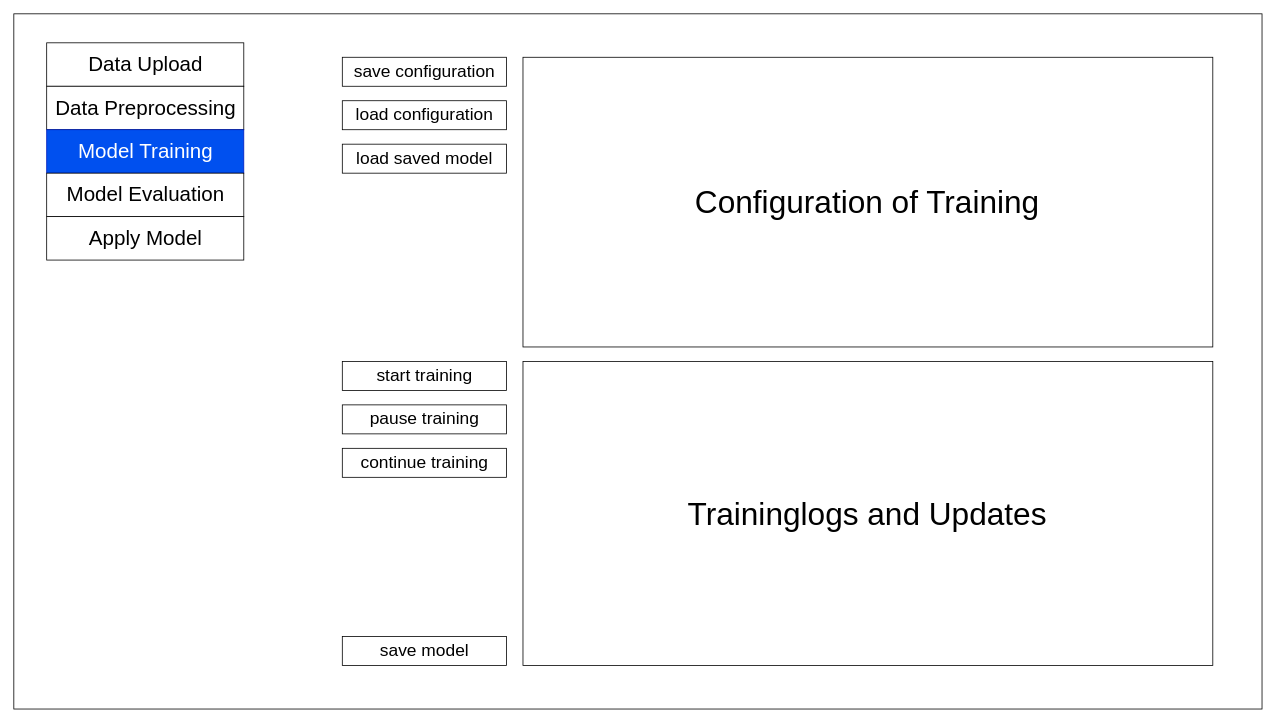
The draw.io diagram page "Model Training" (3 of 5) of Wireframe_WE.drawio in Peetee06/tnyML, before the edit. Source tidied: cells renumbered, new cells numbered last; positions are measured from the earlier drawing's top-left corner, leaving out a move shared by most shapes. Both pictures are drawn from the tidied source at 79%, with x=0, y=0 at pixel (13, 13).
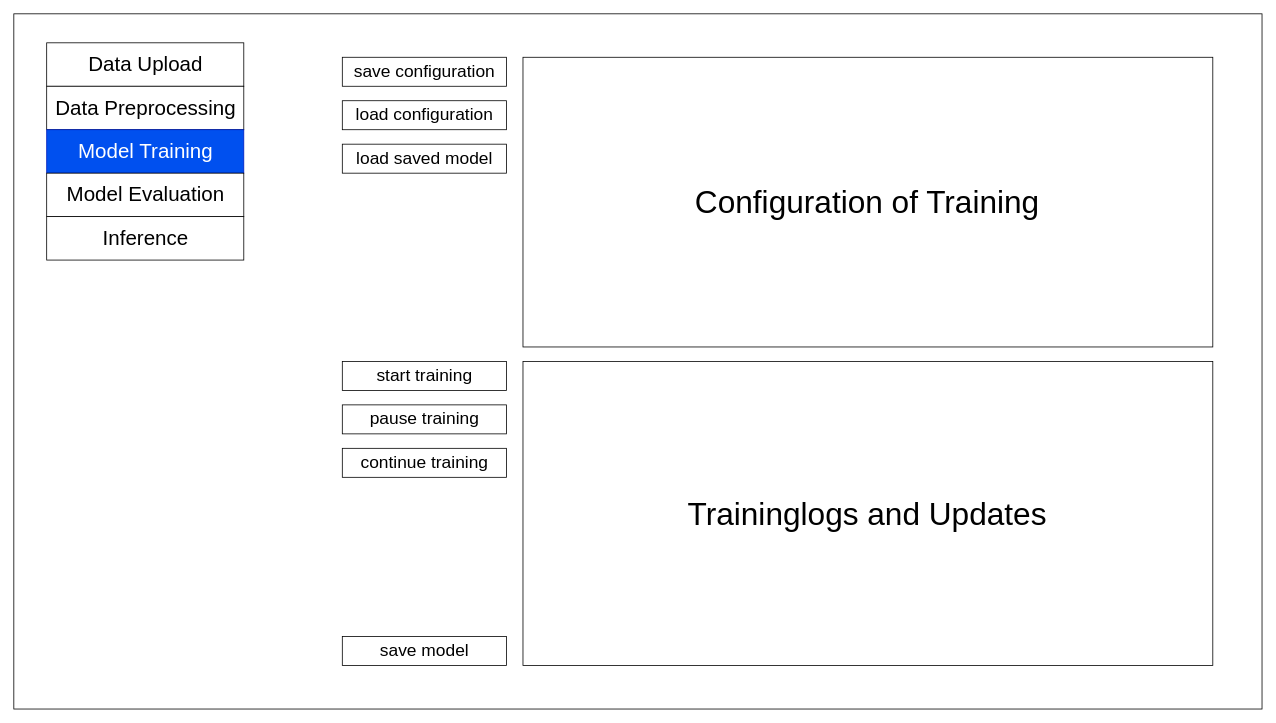
The same page after the edit.

What changed in the source:
```diff
@@
 <mxGraphModel>
   <root>
     <mxCell id="0" />
     <mxCell id="1" parent="0" />
     <mxCell id="2" style="group;" parent="1" vertex="1">
       <mxGeometry width="1580" height="880" as="geometry" />
     </mxCell>
     <mxCell id="3" style="rounded=0;whiteSpace=wrap;html=1;" parent="2" vertex="1">
       <mxGeometry width="1580" height="880" as="geometry" />
     </mxCell>
     <mxCell id="4" style="group;" parent="2" vertex="1">
       <mxGeometry x="41.6" y="36.7" width="249.5" height="275" as="geometry" />
     </mxCell>
     <mxCell id="5" value="&lt;font style=&quot;font-size: 26px&quot;&gt;Data Upload&lt;/font&gt;" style="rounded=0;whiteSpace=wrap;html=1;" parent="4" vertex="1">
       <mxGeometry width="249.5" height="55" as="geometry" />
     </mxCell>
     <mxCell id="6" value="&lt;font style=&quot;font-size: 26px&quot;&gt;Data Preprocessing&lt;/font&gt;" style="rounded=0;whiteSpace=wrap;html=1;" parent="4" vertex="1">
       <mxGeometry y="55" width="249.5" height="55" as="geometry" />
     </mxCell>
     <mxCell id="7" value="&lt;font style=&quot;font-size: 26px&quot;&gt;Model Training&lt;/font&gt;" style="rounded=0;whiteSpace=wrap;html=1;fillColor=#0050ef;fontColor=#ffffff;strokeColor=#001DBC;" parent="4" vertex="1">
       <mxGeometry y="110" width="249.5" height="55" as="geometry" />
     </mxCell>
     <mxCell id="8" value="&lt;font style=&quot;font-size: 26px&quot;&gt;Model Evaluation&lt;/font&gt;" style="rounded=0;whiteSpace=wrap;html=1;" parent="4" vertex="1">
       <mxGeometry y="165" width="249.5" height="55" as="geometry" />
     </mxCell>
-    <mxCell id="9" value="&lt;font style=&quot;font-size: 26px&quot;&gt;Apply Model&lt;/font&gt;" style="rounded=0;whiteSpace=wrap;html=1;" parent="4" vertex="1">
+    <mxCell id="9" value="&lt;font style=&quot;font-size: 26px&quot;&gt;Inference&lt;/font&gt;" style="rounded=0;whiteSpace=wrap;html=1;" parent="4" vertex="1">
       <mxGeometry y="220" width="249.5" height="55" as="geometry" />
     </mxCell>
     <mxCell id="10" value="&lt;font style=&quot;font-size: 22px&quot;&gt;start training&lt;/font&gt;" style="rounded=0;whiteSpace=wrap;html=1;" parent="2" vertex="1">
       <mxGeometry x="415.8" y="440" width="207.9" height="36.7" as="geometry" />
     </mxCell>
     <mxCell id="11" value="&lt;font style=&quot;font-size: 40px&quot;&gt;Configuration of Training&lt;/font&gt;" style="rounded=0;whiteSpace=wrap;html=1;" parent="2" vertex="1">
       <mxGeometry x="644.5" y="55" width="873.2" height="366.7" as="geometry" />
     </mxCell>
     <mxCell id="12" value="&lt;font style=&quot;font-size: 40px&quot;&gt;Traininglogs and Updates&lt;/font&gt;" style="rounded=0;whiteSpace=wrap;html=1;" parent="2" vertex="1">
       <mxGeometry x="644.5" y="440" width="873.2" height="385" as="geometry" />
     </mxCell>
     <mxCell id="13" value="&lt;font style=&quot;font-size: 22px&quot;&gt;continue training&lt;/font&gt;" style="rounded=0;whiteSpace=wrap;html=1;" parent="2" vertex="1">
       <mxGeometry x="415.8" y="550" width="207.9" height="36.7" as="geometry" />
     </mxCell>
     <mxCell id="14" value="&lt;font style=&quot;font-size: 22px&quot;&gt;save model&lt;/font&gt;" style="rounded=0;whiteSpace=wrap;html=1;" parent="2" vertex="1">
       <mxGeometry x="415.8" y="788.3" width="207.9" height="36.7" as="geometry" />
     </mxCell>
     <mxCell id="15" value="&lt;font style=&quot;font-size: 22px&quot;&gt;load saved model&lt;/font&gt;" style="rounded=0;whiteSpace=wrap;html=1;" parent="2" vertex="1">
       <mxGeometry x="415.8" y="165" width="207.9" height="36.7" as="geometry" />
     </mxCell>
     <mxCell id="16" value="&lt;font style=&quot;font-size: 22px&quot;&gt;pause training&lt;/font&gt;" style="rounded=0;whiteSpace=wrap;html=1;" parent="2" vertex="1">
       <mxGeometry x="415.8" y="495" width="207.9" height="36.7" as="geometry" />
     </mxCell>
     <mxCell id="17" value="&lt;font style=&quot;font-size: 22px&quot;&gt;save configuration&lt;/font&gt;" style="rounded=0;whiteSpace=wrap;html=1;" parent="2" vertex="1">
       <mxGeometry x="415.8" y="55" width="207.9" height="36.7" as="geometry" />
     </mxCell>
     <mxCell id="18" value="&lt;font style=&quot;font-size: 22px&quot;&gt;load configuration&lt;/font&gt;" style="rounded=0;whiteSpace=wrap;html=1;" parent="2" vertex="1">
       <mxGeometry x="415.8" y="110" width="207.9" height="36.7" as="geometry" />
     </mxCell>
   </root>
 </mxGraphModel>
```
